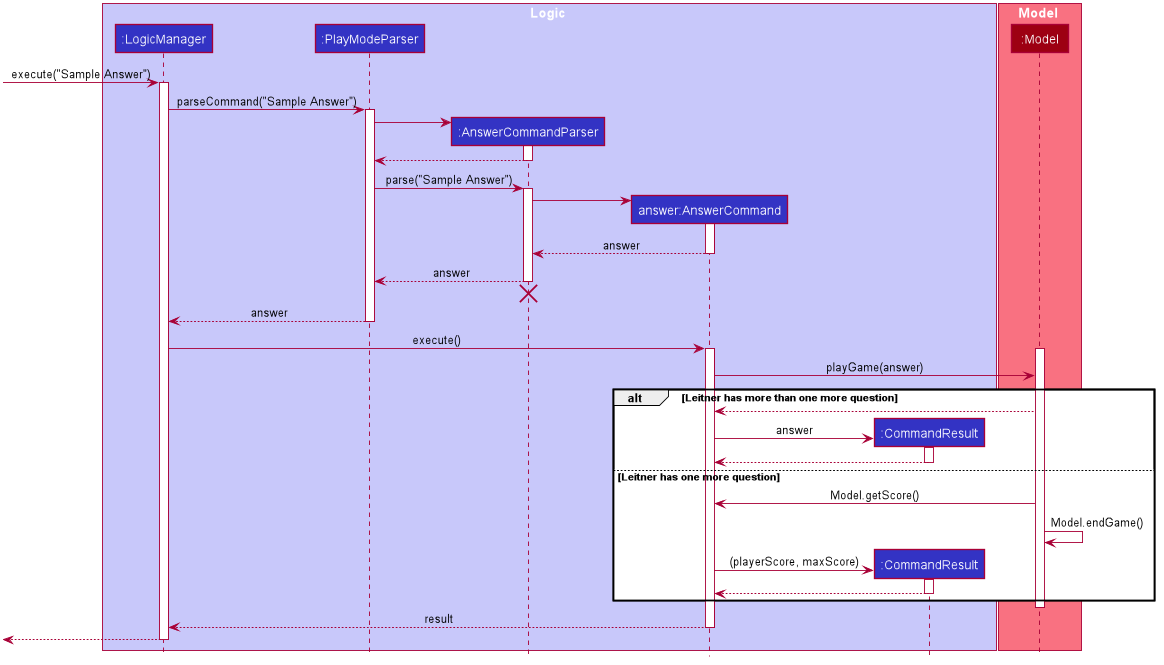
vigneshbhuvan-nus/tp keeps this PlantUML diagram as docs/images/PlayCommandSequenceDiagram.png. Above is the earlier version.
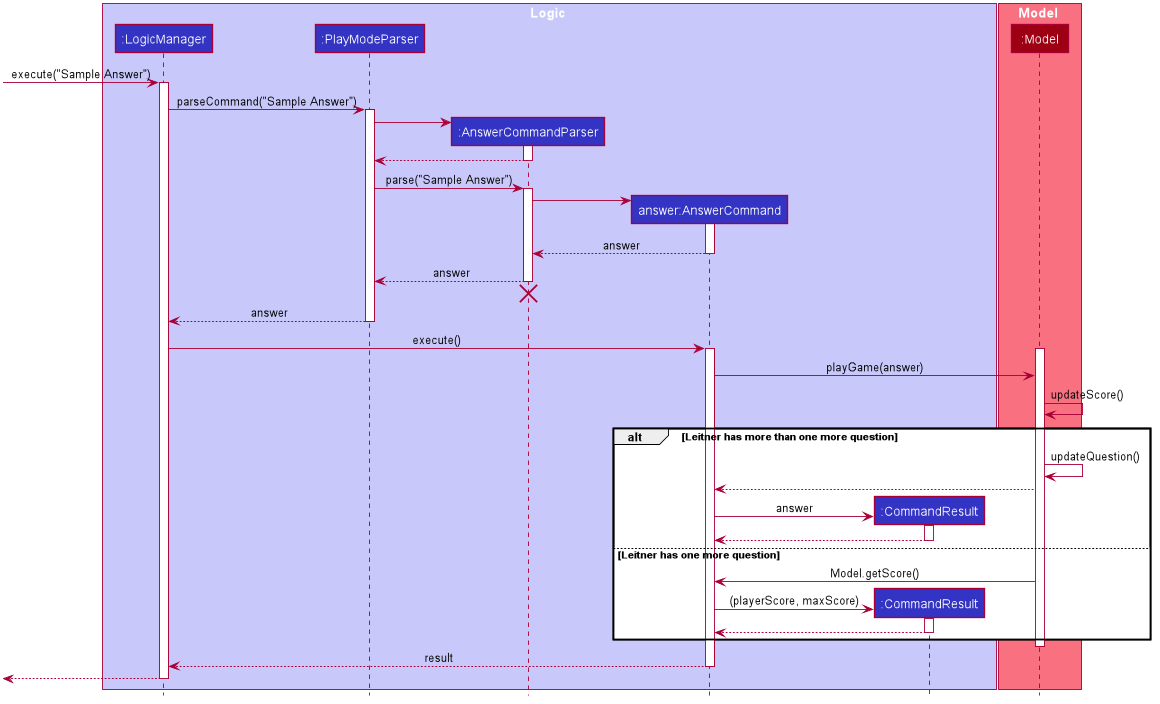
The same file after the commit.

Diff of the diagram source:
```diff
@@ -96,7 +96,9 @@
 
 activate Model
 AnswerCommand -> Model : playGame(answer)
+Model -> Model : updateScore()
 alt Leitner has more than one more question
+Model -> Model: updateQuestion()
 Model --> AnswerCommand
 
 create CommandResult
@@ -107,7 +109,6 @@
 
 else Leitner has one more question
 Model -> AnswerCommand : Model.getScore()
-Model -> Model : Model.endGame()
 
 create CommandResult
 AnswerCommand -> CommandResult : (playerScore, maxScore)
```
